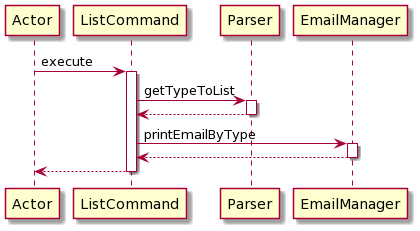
Above: docs/Sequence Diagrams/ListCommand.png in yanli1215/tp (PlantUML), before the change. Its diagram source:
```plantuml
@startuml
participant Actor

Actor -> ListCommand : execute
activate ListCommand

ListCommand -> Parser : getTypeToList
activate Parser

Parser --> ListCommand
deactivate Parser

ListCommand -> EmailManager : printEmailByType
activate EmailManager

EmailManager --> ListCommand
deactivate EmailManager



return
@enduml
```
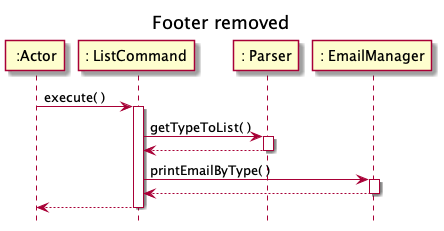
Above is the later version.

Commit message:
Update mistakes in sequence Diagrams

Change to the diagram source:
```diff
@@ -1,20 +1,24 @@
 @startuml
-participant Actor
+participant " :Actor"
 
-Actor -> ListCommand : execute
-activate ListCommand
+hide footbox
+title Footer removed
 
-ListCommand -> Parser : getTypeToList
-activate Parser
+" :Actor" -> ": ListCommand" : execute( )
+activate ": ListCommand"
 
-Parser --> ListCommand
-deactivate Parser
 
-ListCommand -> EmailManager : printEmailByType
-activate EmailManager
+": ListCommand" -> ": Parser" : getTypeToList( )
+activate ": Parser"
 
-EmailManager --> ListCommand
-deactivate EmailManager
+": Parser" --> ": ListCommand"
+deactivate ": Parser"
+
+": ListCommand" -> ": EmailManager" : printEmailByType( )
+activate ": EmailManager"
+
+": EmailManager" --> ": ListCommand"
+deactivate ": EmailManager"
 
 
 
```
